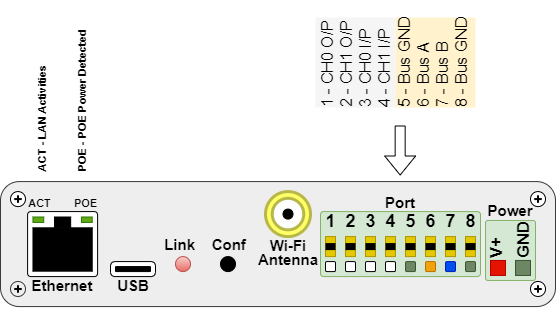
Above: doc_TU04/picture/FWBus Conn device-Connector.png in khgoh99/wirio3doc (draw.io), before the change. Source tidied: cells renumbered, new cells last; positions are measured from the earlier drawing's top-left corner, leaving out a move shared by most shapes.
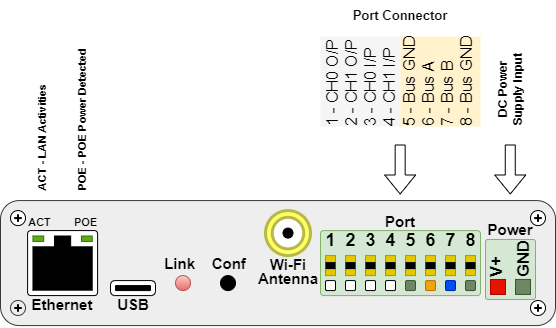
The same file after the commit.

Change to the diagram source:
```diff
@@ -2,9 +2,6 @@
   <root>
     <mxCell id="0" />
     <mxCell id="1" parent="0" />
-    <mxCell id="2" style="rounded=0;whiteSpace=wrap;html=1;fontFamily=Tahoma;fontSize=16;fillColor=#f5f5f5;strokeColor=none;fontColor=#333333;" parent="1" vertex="1">
-      <mxGeometry x="339" y="32" width="80" height="90" as="geometry" />
-    </mxCell>
     <mxCell id="3" style="rounded=1;whiteSpace=wrap;html=1;fillColor=#eeeeee;strokeColor=#36393d;" parent="1" vertex="1">
       <mxGeometry x="24" y="196.1" width="555" height="125" as="geometry" />
     </mxCell>
@@ -266,20 +263,38 @@
     <mxCell id="81" style="ellipse;whiteSpace=wrap;html=1;fillColor=#000000;" parent="78" vertex="1">
       <mxGeometry x="17.5" y="17.5" width="10" height="10" as="geometry" />
     </mxCell>
+    <mxCell id="84" style="shape=flexArrow;endArrow=classic;html=1;rounded=0;" parent="1" edge="1">
+      <mxGeometry relative="1" as="geometry">
+        <mxPoint x="423.7" y="140" as="sourcePoint" />
+        <mxPoint x="423.7" y="190" as="targetPoint" />
+      </mxGeometry>
+    </mxCell>
+    <mxCell id="85" value="&lt;font style=&quot;font-size: 11px;&quot;&gt;ACT - LAN Activities&lt;br&gt;&lt;br&gt;&lt;br&gt;POE - POE Power Detected&lt;/font&gt;" style="text;html=1;strokeColor=none;fillColor=none;align=left;verticalAlign=middle;whiteSpace=wrap;rounded=0;fontSize=11;fontStyle=1;rotation=-90;" parent="1" vertex="1">
+      <mxGeometry x="-0.5" y="90" width="173.1" height="22.5" as="geometry" />
+    </mxCell>
+    <mxCell id="86" style="shape=flexArrow;endArrow=classic;html=1;rounded=0;" parent="1" edge="1">
+      <mxGeometry relative="1" as="geometry">
+        <mxPoint x="533.8" y="140" as="sourcePoint" />
+        <mxPoint x="533.8" y="190" as="targetPoint" />
+      </mxGeometry>
+    </mxCell>
+    <mxCell id="87" style="group;" parent="1" vertex="1">
+      <mxGeometry x="344" y="25.9" width="160" height="98.1" as="geometry" />
+    </mxCell>
+    <mxCell id="2" style="rounded=0;whiteSpace=wrap;html=1;fontFamily=Tahoma;fontSize=16;fillColor=#f5f5f5;strokeColor=none;fontColor=#333333;" parent="87" vertex="1">
+      <mxGeometry y="6.1" width="80" height="90" as="geometry" />
+    </mxCell>
-    <mxCell id="82" style="rounded=0;whiteSpace=wrap;html=1;fontFamily=Tahoma;fontSize=16;fillColor=#fff2cc;strokeColor=none;" parent="1" vertex="1">
-      <mxGeometry x="419" y="32" width="80" height="90" as="geometry" />
+    <mxCell id="82" style="rounded=0;whiteSpace=wrap;html=1;fontFamily=Tahoma;fontSize=16;fillColor=#fff2cc;strokeColor=none;" parent="87" vertex="1">
+      <mxGeometry x="80" y="6.1" width="80" height="90" as="geometry" />
     </mxCell>
-    <mxCell id="83" value="&lt;div style=&quot;text-align: center; font-size: 16px;&quot;&gt;&lt;/div&gt;1 - CH0 O/P&lt;br style=&quot;font-size: 16px;&quot;&gt;2 - CH1 O/P&lt;br style=&quot;font-size: 16px;&quot;&gt;3 - CH0 I/P&lt;br style=&quot;font-size: 16px;&quot;&gt;4 - CH1 I/P&lt;br style=&quot;font-size: 16px;&quot;&gt;5 - Bus GND&lt;br style=&quot;font-size: 16px;&quot;&gt;6 - Bus A&lt;br style=&quot;font-size: 16px;&quot;&gt;7 - Bus B&lt;br style=&quot;font-size: 16px;&quot;&gt;8 - Bus GND" style="text;html=1;strokeColor=none;fillColor=none;align=left;verticalAlign=middle;whiteSpace=wrap;rounded=0;fontSize=16;fontStyle=0;rotation=-90;fontFamily=Helvetica;" parent="1" vertex="1">
-      <mxGeometry x="369" width="98.1" height="150" as="geometry" />
+    <mxCell id="83" value="&lt;div style=&quot;text-align: center; font-size: 16px;&quot;&gt;&lt;/div&gt;1 - CH0 O/P&lt;br style=&quot;font-size: 16px;&quot;&gt;2 - CH1 O/P&lt;br style=&quot;font-size: 16px;&quot;&gt;3 - CH0 I/P&lt;br style=&quot;font-size: 16px;&quot;&gt;4 - CH1 I/P&lt;br style=&quot;font-size: 16px;&quot;&gt;5 - Bus GND&lt;br style=&quot;font-size: 16px;&quot;&gt;6 - Bus A&lt;br style=&quot;font-size: 16px;&quot;&gt;7 - Bus B&lt;br style=&quot;font-size: 16px;&quot;&gt;8 - Bus GND" style="text;html=1;strokeColor=none;fillColor=none;align=left;verticalAlign=middle;whiteSpace=wrap;rounded=0;fontSize=16;fontStyle=0;rotation=-90;fontFamily=Helvetica;" parent="87" vertex="1">
+      <mxGeometry x="30" y="-25.9" width="98.1" height="150" as="geometry" />
     </mxCell>
-    <mxCell id="84" style="shape=flexArrow;endArrow=classic;html=1;rounded=0;" parent="1" edge="1">
-      <mxGeometry relative="1" as="geometry">
-        <mxPoint x="423.7" y="140" as="sourcePoint" />
-        <mxPoint x="423.7" y="190" as="targetPoint" />
-      </mxGeometry>
-    </mxCell>
-    <mxCell id="85" value="&lt;font style=&quot;font-size: 11px;&quot;&gt;ACT - LAN Activities&lt;br&gt;&lt;br&gt;&lt;br&gt;POE - POE Power Detected&lt;/font&gt;" style="text;html=1;strokeColor=none;fillColor=none;align=left;verticalAlign=middle;whiteSpace=wrap;rounded=0;fontSize=11;fontStyle=1;rotation=-90;" parent="1" vertex="1">
-      <mxGeometry x="-0.5" y="90" width="173.1" height="22.5" as="geometry" />
-    </mxCell>
+    <mxCell id="88" value="DC Power Supply Input" style="text;html=1;strokeColor=none;fillColor=none;align=center;verticalAlign=middle;whiteSpace=wrap;rounded=0;rotation=-90;fontStyle=1;" parent="1" vertex="1">
+      <mxGeometry x="486.5" y="70" width="95" height="30" as="geometry" />
+    </mxCell>
+    <mxCell id="89" value="Port Connector" style="text;html=1;strokeColor=none;fillColor=none;align=center;verticalAlign=middle;whiteSpace=wrap;rounded=0;fontStyle=1;fontSize=13;" parent="1" vertex="1">
+      <mxGeometry x="359" y="-4.1" width="130" height="30" as="geometry" />
+    </mxCell>
   </root>
 </mxGraphModel>
```
